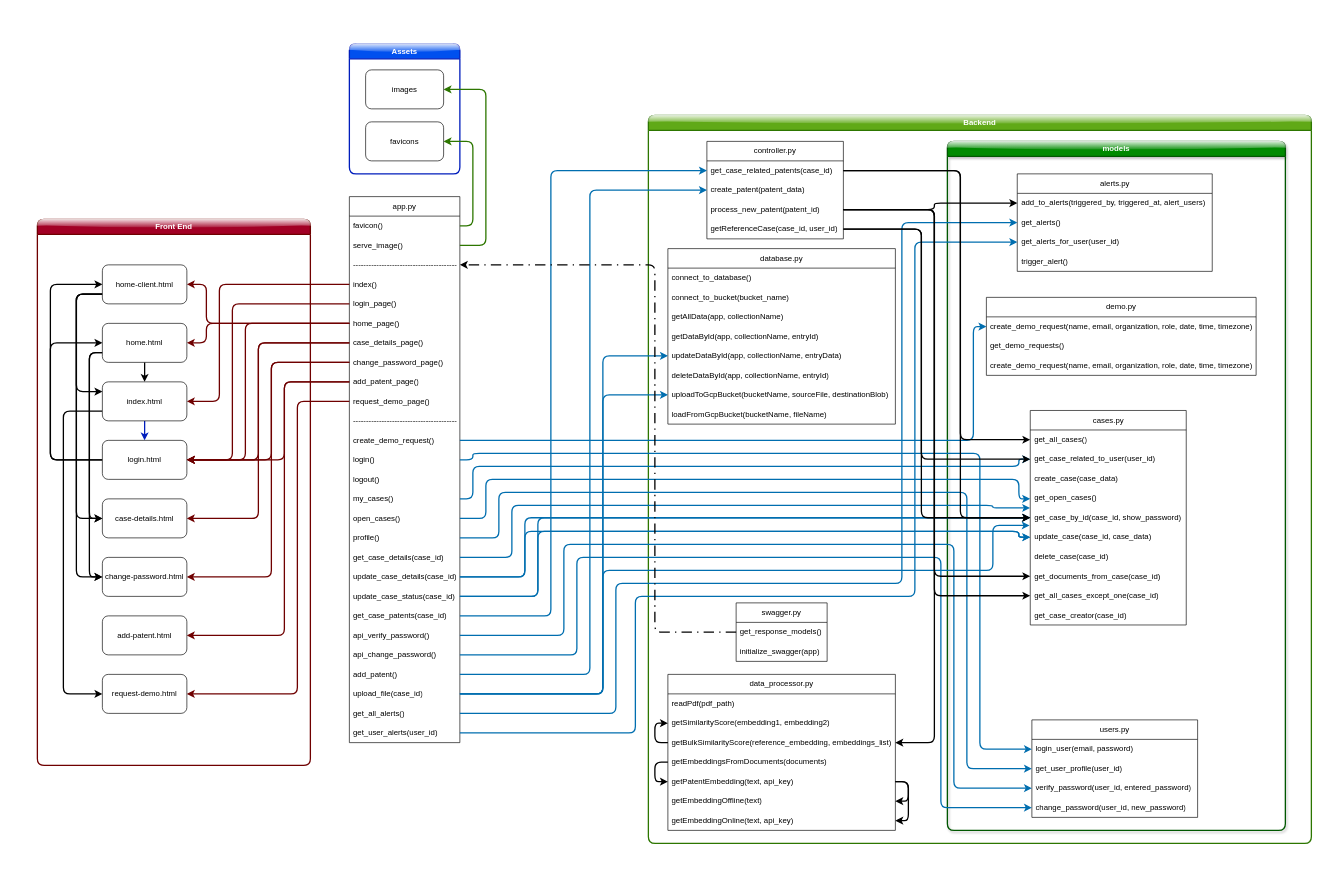
Before: Assets/Function Relations.drawio in punnoose-1620/patent-gap, a draw.io diagram. Source tidied: cells renumbered, new cells numbered last; positions are measured from the earlier drawing's top-left corner, leaving out a move shared by most shapes. Both pictures are drawn from the tidied source at 65%, with x=0, y=0 at pixel (37, 44).
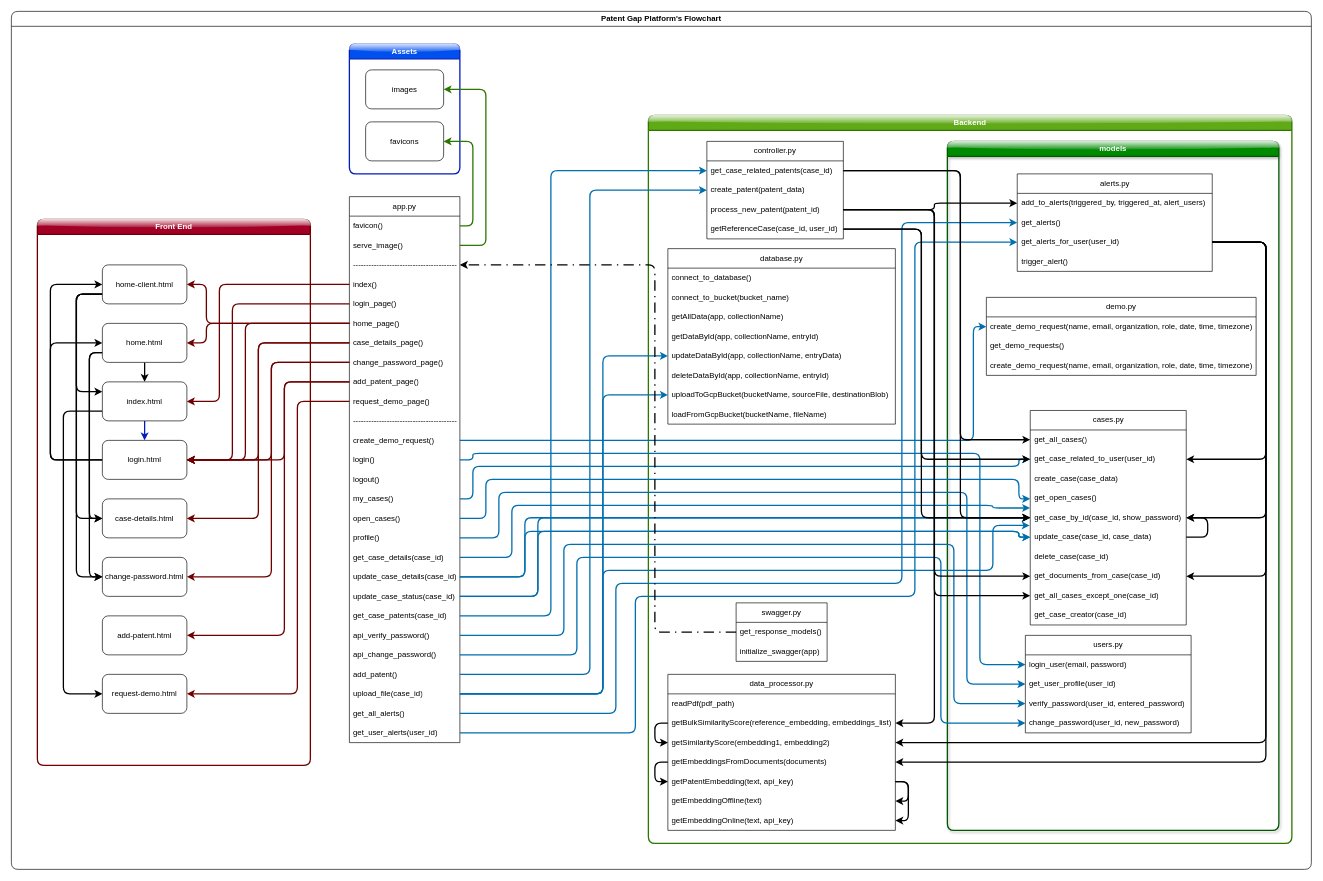
The same diagram, later.

Commit message:
Completed Current Function Relations.drawio

The change refers to these unchanged cells:
```xml
<mxCell id="15" value="login()" style="text;strokeColor=none;fillColor=none;align=left;verticalAlign=middle;spacingLeft=4;spacingRight=4;overflow=hidden;points=[[0,0.5],[1,0.5]];portConstraint=eastwest;whiteSpace=wrap;html=1;" parent="2" vertex="1">
  <mxGeometry y="390" width="170" height="30" as="geometry" />
</mxCell>
<mxCell id="19" value="profile()" style="text;strokeColor=none;fillColor=none;align=left;verticalAlign=middle;spacingLeft=4;spacingRight=4;overflow=hidden;points=[[0,0.5],[1,0.5]];portConstraint=eastwest;whiteSpace=wrap;html=1;" parent="2" vertex="1">
  <mxGeometry y="510" width="170" height="30" as="geometry" />
</mxCell>
<mxCell id="24" value="api_verify_password()" style="text;strokeColor=none;fillColor=none;align=left;verticalAlign=middle;spacingLeft=4;spacingRight=4;overflow=hidden;points=[[0,0.5],[1,0.5]];portConstraint=eastwest;whiteSpace=wrap;html=1;" parent="2" vertex="1">
  <mxGeometry y="660" width="170" height="30" as="geometry" />
</mxCell>
<mxCell id="25" value="api_change_password()" style="text;strokeColor=none;fillColor=none;align=left;verticalAlign=middle;spacingLeft=4;spacingRight=4;overflow=hidden;points=[[0,0.5],[1,0.5]];portConstraint=eastwest;whiteSpace=wrap;html=1;" parent="2" vertex="1">
  <mxGeometry y="690" width="170" height="30" as="geometry" />
</mxCell>
<mxCell id="33" value="process_new_patent(patent_id)" style="text;strokeColor=none;fillColor=none;align=left;verticalAlign=middle;spacingLeft=4;spacingRight=4;overflow=hidden;points=[[0,0.5],[1,0.5]];portConstraint=eastwest;whiteSpace=wrap;html=1;" parent="30" vertex="1">
  <mxGeometry y="90" width="210" height="30" as="geometry" />
</mxCell>
<mxCell id="38" value="get_alerts_for_user(user_id)" style="text;strokeColor=none;fillColor=none;align=left;verticalAlign=middle;spacingLeft=4;spacingRight=4;overflow=hidden;points=[[0,0.5],[1,0.5]];portConstraint=eastwest;whiteSpace=wrap;html=1;" parent="35" vertex="1">
  <mxGeometry y="90" width="300" height="30" as="geometry" />
</mxCell>
<mxCell id="50" value="data_processor.py" style="swimlane;fontStyle=0;horizontal=1;startSize=30;whiteSpace=wrap;html=1;" parent="46" vertex="1">
  <mxGeometry x="30" y="860" width="350" height="240" as="geometry" />
</mxCell>
<mxCell id="56" value="getEmbeddingsFromDocuments(documents)" style="text;strokeColor=none;fillColor=none;align=left;verticalAlign=middle;spacingLeft=4;spacingRight=4;overflow=hidden;points=[[0,0.5],[1,0.5]];portConstraint=eastwest;whiteSpace=wrap;html=1;" parent="50" vertex="1">
  <mxGeometry y="120" width="350" height="30" as="geometry" />
</mxCell>
<mxCell id="66" value="cases.py" style="swimlane;fontStyle=0;horizontal=1;startSize=30;whiteSpace=wrap;html=1;" parent="46" vertex="1">
  <mxGeometry x="587.5" y="454" width="240" height="330" as="geometry" />
</mxCell>
<mxCell id="68" value="get_case_related_to_user(user_id)" style="text;strokeColor=none;fillColor=none;align=left;verticalAlign=middle;spacingLeft=4;spacingRight=4;overflow=hidden;points=[[0,0.5],[1,0.5]];portConstraint=eastwest;whiteSpace=wrap;html=1;" parent="66" vertex="1">
  <mxGeometry y="60" width="240" height="30" as="geometry" />
</mxCell>
<mxCell id="71" value="get_case_by_id(case_id, show_password)" style="text;strokeColor=none;fillColor=none;align=left;verticalAlign=middle;spacingLeft=4;spacingRight=4;overflow=hidden;points=[[0,0.5],[1,0.5]];portConstraint=eastwest;whiteSpace=wrap;html=1;" parent="66" vertex="1">
  <mxGeometry y="150" width="240" height="30" as="geometry" />
</mxCell>
<mxCell id="72" value="update_case(case_id, case_data)" style="text;strokeColor=none;fillColor=none;align=left;verticalAlign=middle;spacingLeft=4;spacingRight=4;overflow=hidden;points=[[0,0.5],[1,0.5]];portConstraint=eastwest;whiteSpace=wrap;html=1;" parent="66" vertex="1">
  <mxGeometry y="180" width="240" height="30" as="geometry" />
</mxCell>
<mxCell id="74" value="get_documents_from_case(case_id)" style="text;strokeColor=none;fillColor=none;align=left;verticalAlign=middle;spacingLeft=4;spacingRight=4;overflow=hidden;points=[[0,0.5],[1,0.5]];portConstraint=eastwest;whiteSpace=wrap;html=1;" parent="66" vertex="1">
  <mxGeometry y="240" width="240" height="30" as="geometry" />
</mxCell>
```

What changed in the source:
```diff
@@
-    <mxCell id="40" value="users.py" style="swimlane;fontStyle=0;horizontal=1;startSize=30;whiteSpace=wrap;html=1;" parent="1" vertex="1">
-      <mxGeometry x="1530" y="1040" width="255" height="150" as="geometry" />
-    </mxCell>
-    <mxCell id="41" value="login_user(email, password)" style="text;strokeColor=none;fillColor=none;align=left;verticalAlign=middle;spacingLeft=4;spacingRight=4;overflow=hidden;points=[[0,0.5],[1,0.5]];portConstraint=eastwest;whiteSpace=wrap;html=1;" parent="40" vertex="1">
-      <mxGeometry y="30" width="255" height="30" as="geometry" />
-    </mxCell>
-    <mxCell id="42" value="get_user_profile(user_id)" style="text;strokeColor=none;fillColor=none;align=left;verticalAlign=middle;spacingLeft=4;spacingRight=4;overflow=hidden;points=[[0,0.5],[1,0.5]];portConstraint=eastwest;whiteSpace=wrap;html=1;" parent="40" vertex="1">
-      <mxGeometry y="60" width="255" height="30" as="geometry" />
-    </mxCell>
-    <mxCell id="43" value="verify_password(user_id, entered_password)" style="text;strokeColor=none;fillColor=none;align=left;verticalAlign=middle;spacingLeft=4;spacingRight=4;overflow=hidden;points=[[0,0.5],[1,0.5]];portConstraint=eastwest;whiteSpace=wrap;html=1;" parent="40" vertex="1">
-      <mxGeometry y="90" width="255" height="30" as="geometry" />
-    </mxCell>
-    <mxCell id="44" value="change_password(user_id, new_password)" style="text;strokeColor=none;fillColor=none;align=left;verticalAlign=middle;spacingLeft=4;spacingRight=4;overflow=hidden;points=[[0,0.5],[1,0.5]];portConstraint=eastwest;whiteSpace=wrap;html=1;" parent="40" vertex="1">
-      <mxGeometry y="120" width="255" height="30" as="geometry" />
-    </mxCell>
     <mxCell id="45" value="models" style="swimlane;whiteSpace=wrap;html=1;fillColor=#008a00;fontColor=#ffffff;strokeColor=#005700;glass=1;rounded=1;shadow=1;strokeWidth=2;" parent="1" vertex="1">
-      <mxGeometry x="1400" y="150" width="520" height="1060" as="geometry" />
+      <mxGeometry x="1400" y="150" width="510" height="1060" as="geometry" />
     </mxCell>
     <mxCell id="46" value="Backend" style="swimlane;whiteSpace=wrap;html=1;fillColor=#60a917;fontColor=#ffffff;strokeColor=#2D7600;glass=1;rounded=1;strokeWidth=2;" parent="1" vertex="1">
-      <mxGeometry x="940" y="110" width="1020" height="1120" as="geometry" />
+      <mxGeometry x="940" y="110" width="990" height="1120" as="geometry" />
     </mxCell>
@@
-    <mxCell id="52" value="getSimilarityScore(embedding1, embedding2)" style="text;strokeColor=none;fillColor=none;align=left;verticalAlign=middle;spacingLeft=4;spacingRight=4;overflow=hidden;points=[[0,0.5],[1,0.5]];portConstraint=eastwest;whiteSpace=wrap;html=1;" parent="50" vertex="1">
-      <mxGeometry y="60" width="350" height="30" as="geometry" />
-    </mxCell>
     <mxCell id="53" style="edgeStyle=orthogonalEdgeStyle;rounded=1;jettySize=auto;html=1;exitX=0;exitY=0.5;exitDx=0;exitDy=0;entryX=0;entryY=0.5;entryDx=0;entryDy=0;curved=0;strokeWidth=2;strokeColor=light-dark(#000000,#6600CC);" parent="50" edge="1" source="54" target="52">
       <mxGeometry relative="1" as="geometry">
         <Array as="points">
+          <mxPoint x="-20" y="75" />
           <mxPoint x="-20" y="105" />
-          <mxPoint x="-20" y="75" />
         </Array>
       </mxGeometry>
     </mxCell>
     <mxCell id="54" value="getBulkSimilarityScore(reference_embedding, embeddings_list)" style="text;strokeColor=none;fillColor=none;align=left;verticalAlign=middle;spacingLeft=4;spacingRight=4;overflow=hidden;points=[[0,0.5],[1,0.5]];portConstraint=eastwest;whiteSpace=wrap;html=1;" parent="50" vertex="1">
-      <mxGeometry y="90" width="350" height="30" as="geometry" />
+      <mxGeometry y="60" width="350" height="30" as="geometry" />
     </mxCell>
+    <mxCell id="52" value="getSimilarityScore(embedding1, embedding2)" style="text;strokeColor=none;fillColor=none;align=left;verticalAlign=middle;spacingLeft=4;spacingRight=4;overflow=hidden;points=[[0,0.5],[1,0.5]];portConstraint=eastwest;whiteSpace=wrap;html=1;" parent="50" vertex="1">
+      <mxGeometry y="90" width="350" height="30" as="geometry" />
+    </mxCell>
@@
+    <mxCell id="150" style="edgeStyle=orthogonalEdgeStyle;rounded=1;jettySize=auto;html=1;exitX=1;exitY=0.5;exitDx=0;exitDy=0;entryX=1;entryY=0.5;entryDx=0;entryDy=0;curved=0;strokeWidth=2;strokeColor=light-dark(#000000,#6600CC);" parent="66" edge="1" source="72" target="71">
+      <mxGeometry relative="1" as="geometry">
+        <Array as="points">
+          <mxPoint x="273" y="195" />
+          <mxPoint x="273" y="165" />
+        </Array>
+      </mxGeometry>
+    </mxCell>
@@
+    <mxCell id="40" value="users.py" style="swimlane;fontStyle=0;horizontal=1;startSize=30;whiteSpace=wrap;html=1;" parent="46" vertex="1">
+      <mxGeometry x="580" y="800" width="255" height="150" as="geometry" />
+    </mxCell>
+    <mxCell id="41" value="login_user(email, password)" style="text;strokeColor=none;fillColor=none;align=left;verticalAlign=middle;spacingLeft=4;spacingRight=4;overflow=hidden;points=[[0,0.5],[1,0.5]];portConstraint=eastwest;whiteSpace=wrap;html=1;" parent="40" vertex="1">
+      <mxGeometry y="30" width="255" height="30" as="geometry" />
+    </mxCell>
+    <mxCell id="42" value="get_user_profile(user_id)" style="text;strokeColor=none;fillColor=none;align=left;verticalAlign=middle;spacingLeft=4;spacingRight=4;overflow=hidden;points=[[0,0.5],[1,0.5]];portConstraint=eastwest;whiteSpace=wrap;html=1;" parent="40" vertex="1">
+      <mxGeometry y="60" width="255" height="30" as="geometry" />
+    </mxCell>
+    <mxCell id="43" value="verify_password(user_id, entered_password)" style="text;strokeColor=none;fillColor=none;align=left;verticalAlign=middle;spacingLeft=4;spacingRight=4;overflow=hidden;points=[[0,0.5],[1,0.5]];portConstraint=eastwest;whiteSpace=wrap;html=1;" parent="40" vertex="1">
+      <mxGeometry y="90" width="255" height="30" as="geometry" />
+    </mxCell>
+    <mxCell id="44" value="change_password(user_id, new_password)" style="text;strokeColor=none;fillColor=none;align=left;verticalAlign=middle;spacingLeft=4;spacingRight=4;overflow=hidden;points=[[0,0.5],[1,0.5]];portConstraint=eastwest;whiteSpace=wrap;html=1;" parent="40" vertex="1">
+      <mxGeometry y="120" width="255" height="30" as="geometry" />
+    </mxCell>
@@
     <mxCell id="87" style="edgeStyle=orthogonalEdgeStyle;rounded=1;jettySize=auto;html=1;exitX=1;exitY=0.5;exitDx=0;exitDy=0;entryX=0;entryY=0.5;entryDx=0;entryDy=0;strokeWidth=2;curved=0;fillColor=#1ba1e2;strokeColor=#006EAF;" parent="1" edge="1" source="15" target="41">
       <mxGeometry relative="1" as="geometry">
         <Array as="points">
           <mxPoint x="670" y="640" />
           <mxPoint x="670" y="630" />
           <mxPoint x="1450" y="630" />
-          <mxPoint x="1450" y="1085" />
+          <mxPoint x="1450" y="955" />
         </Array>
       </mxGeometry>
     </mxCell>
@@
     <mxCell id="90" style="edgeStyle=orthogonalEdgeStyle;rounded=1;jettySize=auto;html=1;exitX=1;exitY=0.5;exitDx=0;exitDy=0;entryX=0;entryY=0.5;entryDx=0;entryDy=0;fillColor=#1ba1e2;strokeColor=#006EAF;curved=0;strokeWidth=2;" parent="1" edge="1" source="19" target="42">
       <mxGeometry relative="1" as="geometry">
         <Array as="points">
           <mxPoint x="710" y="760" />
           <mxPoint x="710" y="690" />
           <mxPoint x="1430" y="690" />
-          <mxPoint x="1430" y="1115" />
+          <mxPoint x="1430" y="985" />
         </Array>
       </mxGeometry>
     </mxCell>
@@
     <mxCell id="93" style="edgeStyle=orthogonalEdgeStyle;rounded=1;jettySize=auto;html=1;exitX=1;exitY=0.5;exitDx=0;exitDy=0;entryX=0;entryY=0.5;entryDx=0;entryDy=0;fillColor=#1ba1e2;strokeColor=#006EAF;curved=0;strokeWidth=2;" parent="1" edge="1" source="24" target="43">
       <mxGeometry relative="1" as="geometry">
         <Array as="points">
           <mxPoint x="810" y="910" />
           <mxPoint x="810" y="770" />
           <mxPoint x="1410" y="770" />
-          <mxPoint x="1410" y="1145" />
+          <mxPoint x="1410" y="1015" />
         </Array>
       </mxGeometry>
     </mxCell>
     <mxCell id="94" style="edgeStyle=orthogonalEdgeStyle;rounded=1;jettySize=auto;html=1;exitX=1;exitY=0.5;exitDx=0;exitDy=0;entryX=0;entryY=0.5;entryDx=0;entryDy=0;fillColor=#1ba1e2;strokeColor=#006EAF;curved=0;strokeWidth=2;" parent="1" edge="1" source="25" target="44">
       <mxGeometry relative="1" as="geometry">
         <Array as="points">
           <mxPoint x="830" y="940" />
           <mxPoint x="830" y="790" />
           <mxPoint x="1390" y="790" />
-          <mxPoint x="1390" y="1175" />
+          <mxPoint x="1390" y="1045" />
         </Array>
       </mxGeometry>
     </mxCell>
@@
     <mxCell id="145" style="edgeStyle=orthogonalEdgeStyle;rounded=1;jettySize=auto;html=1;exitX=1;exitY=0.5;exitDx=0;exitDy=0;entryX=1;entryY=0.5;entryDx=0;entryDy=0;strokeColor=light-dark(#000000,#6600CC);curved=0;strokeWidth=2;" parent="1" edge="1" source="33" target="54">
       <mxGeometry relative="1" as="geometry">
         <Array as="points">
           <mxPoint x="1380" y="255" />
-          <mxPoint x="1380" y="1075" />
+          <mxPoint x="1380" y="1045" />
         </Array>
       </mxGeometry>
     </mxCell>
@@
+    <mxCell id="151" style="edgeStyle=orthogonalEdgeStyle;rounded=1;jettySize=auto;html=1;exitX=1;exitY=0.5;exitDx=0;exitDy=0;entryX=1;entryY=0.5;entryDx=0;entryDy=0;strokeWidth=2;curved=0;strokeColor=light-dark(#000000,#6600CC);" parent="1" edge="1" source="38" target="68">
+      <mxGeometry relative="1" as="geometry">
+        <Array as="points">
+          <mxPoint x="1890" y="305" />
+          <mxPoint x="1890" y="639" />
+        </Array>
+      </mxGeometry>
+    </mxCell>
+    <mxCell id="152" style="edgeStyle=orthogonalEdgeStyle;rounded=1;jettySize=auto;html=1;exitX=1;exitY=0.5;exitDx=0;exitDy=0;entryX=1;entryY=0.5;entryDx=0;entryDy=0;strokeWidth=2;curved=0;strokeColor=light-dark(#000000,#6600CC);" parent="1" edge="1" source="38" target="71">
+      <mxGeometry relative="1" as="geometry">
+        <Array as="points">
+          <mxPoint x="1890" y="305" />
+          <mxPoint x="1890" y="729" />
+        </Array>
+      </mxGeometry>
+    </mxCell>
+    <mxCell id="153" style="edgeStyle=orthogonalEdgeStyle;rounded=1;jettySize=auto;html=1;exitX=1;exitY=0.5;exitDx=0;exitDy=0;entryX=1;entryY=0.5;entryDx=0;entryDy=0;strokeWidth=2;curved=0;strokeColor=light-dark(#000000,#6600CC);" parent="1" edge="1" source="38" target="74">
+      <mxGeometry relative="1" as="geometry">
+        <Array as="points">
+          <mxPoint x="1890" y="305" />
+          <mxPoint x="1890" y="819" />
+        </Array>
+      </mxGeometry>
+    </mxCell>
+    <mxCell id="154" style="edgeStyle=orthogonalEdgeStyle;rounded=1;jettySize=auto;html=1;exitX=1;exitY=0.5;exitDx=0;exitDy=0;entryX=1;entryY=0.5;entryDx=0;entryDy=0;strokeWidth=2;curved=0;strokeColor=light-dark(#000000,#6600CC);" parent="1" edge="1" source="38" target="56">
+      <mxGeometry relative="1" as="geometry">
+        <Array as="points">
+          <mxPoint x="1890" y="305" />
+          <mxPoint x="1890" y="1105" />
+        </Array>
+      </mxGeometry>
+    </mxCell>
+    <mxCell id="155" style="edgeStyle=orthogonalEdgeStyle;rounded=1;jettySize=auto;html=1;exitX=1;exitY=0.5;exitDx=0;exitDy=0;strokeColor=light-dark(#000000,#6600CC);curved=0;strokeWidth=2;" parent="1" edge="1" source="38" target="52">
+      <mxGeometry relative="1" as="geometry">
+        <Array as="points">
+          <mxPoint x="1890" y="305" />
+          <mxPoint x="1890" y="1075" />
+        </Array>
+      </mxGeometry>
+    </mxCell>
+    <mxCell id="156" value="Patent Gap Platform's Flowchart" style="swimlane;whiteSpace=wrap;html=1;rounded=1;shadow=0;" parent="1" vertex="1">
+      <mxGeometry x="-40" y="-50" width="2000" height="1320" as="geometry" />
+    </mxCell>
```
